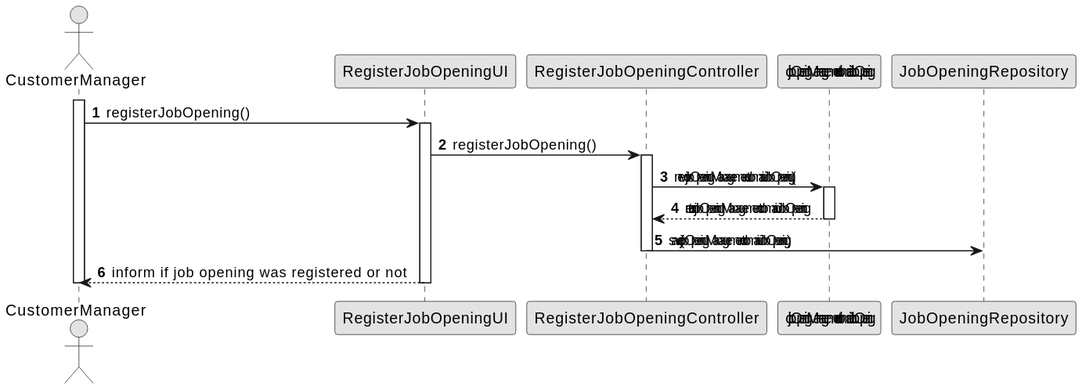
Before: docs/Sprint B/us_1002/sequence-diagram.svg, a diagram exported from PlantUML (Goncalves2525/Jobs4U-Talent-Acquisition-Management-System). The source it was exported from:
```plantuml
@startuml
skinparam monochrome true
skinparam packageStyle rectangle
skinparam shadowing false

autonumber

actor "CustomerManager" as CM
participant "RegisterJobOpeningUI" as UI
participant "RegisterJobOpeningController" as CTRL
participant "JobOpening" as JO
participant "JobOpeningRepository" as JOREPO



activate CM
    CM -> UI : registerJobOpening()
    activate UI
        UI -> CTRL : registerJobOpening()
        activate CTRL
            CTRL -> JO : new JobOpening()
            activate JO
                JO --> CTRL : return JobOpening
            deactivate JO
            CTRL -> JOREPO : save(JobOpening)
        deactivate CTRL
        UI --> CM : inform if job opening was registered or not
    deactivate UI
deactivate CM
@enduml
```
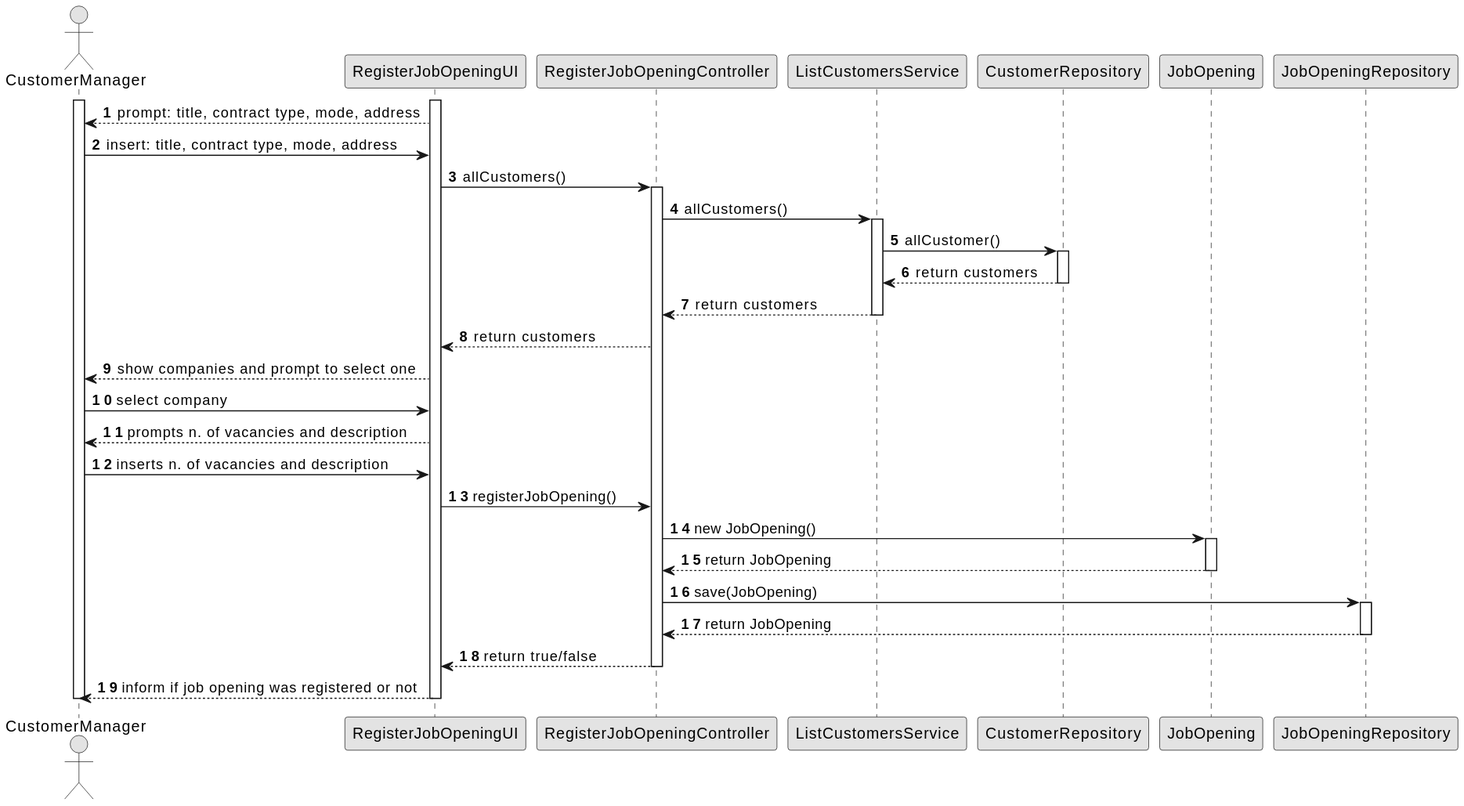
After the change.

Change to the diagram source:
```diff
@@ -8,21 +8,44 @@
 actor "CustomerManager" as CM
 participant "RegisterJobOpeningUI" as UI
 participant "RegisterJobOpeningController" as CTRL
+participant "ListCustomersService" as JOSVC
+participant "CustomerRepository" as CREPO
 participant "JobOpening" as JO
 participant "JobOpeningRepository" as JOREPO
 
 
 
+
+
 activate CM
-    CM -> UI : registerJobOpening()
     activate UI
-        UI -> CTRL : registerJobOpening()
+        UI --> CM : prompt: title, contract type, mode, address
+        CM -> UI : insert: title, contract type, mode, address
+        UI -> CTRL : allCustomers()
         activate CTRL
+            CTRL -> JOSVC : allCustomers()
+            activate JOSVC
+                JOSVC -> CREPO : allCustomer()
+                activate CREPO
+                    CREPO --> JOSVC : return customers
+                deactivate CREPO
+                JOSVC --> CTRL : return customers
+            deactivate JOSVC
+            CTRL --> UI : return customers
+            UI --> CM : show companies and prompt to select one
+            CM -> UI : select company
+            UI --> CM : prompts n. of vacancies and description
+            CM -> UI : inserts  n. of vacancies and description
+            UI -> CTRL : registerJobOpening()
             CTRL -> JO : new JobOpening()
             activate JO
                 JO --> CTRL : return JobOpening
             deactivate JO
             CTRL -> JOREPO : save(JobOpening)
+            activate JOREPO
+                JOREPO --> CTRL : return JobOpening
+            deactivate JOREPO
+            CTRL --> UI : return true/false
         deactivate CTRL
         UI --> CM : inform if job opening was registered or not
     deactivate UI
```
